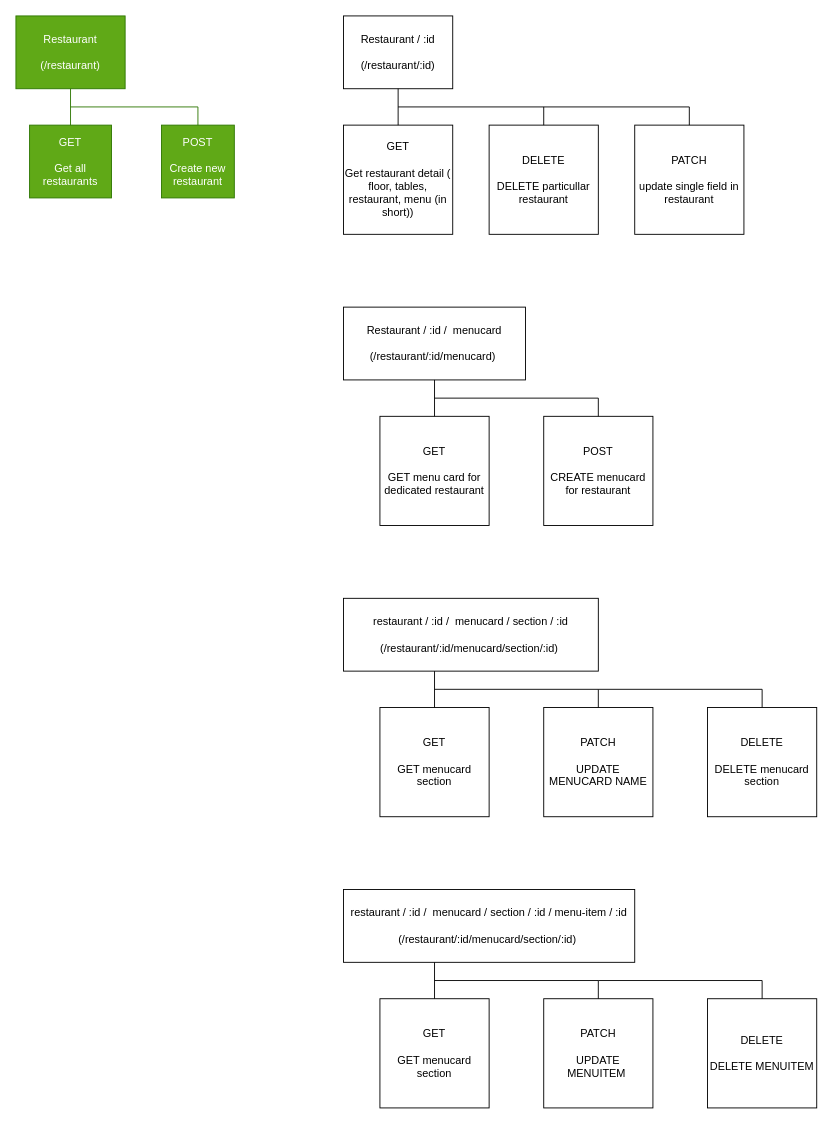
Earlier version of the draw.io diagram page "API-Endpoints" (2 of 2) of docs/Application-Documentation/Application-Documentation-v1.drawio (suyashl13/Menyokard). Source tidied: cells renumbered, new cells numbered last; positions are measured from the earlier drawing's top-left corner, leaving out a move shared by most shapes. Both pictures are drawn from the tidied source at 91%, with x=0, y=0 at pixel (15, 15).
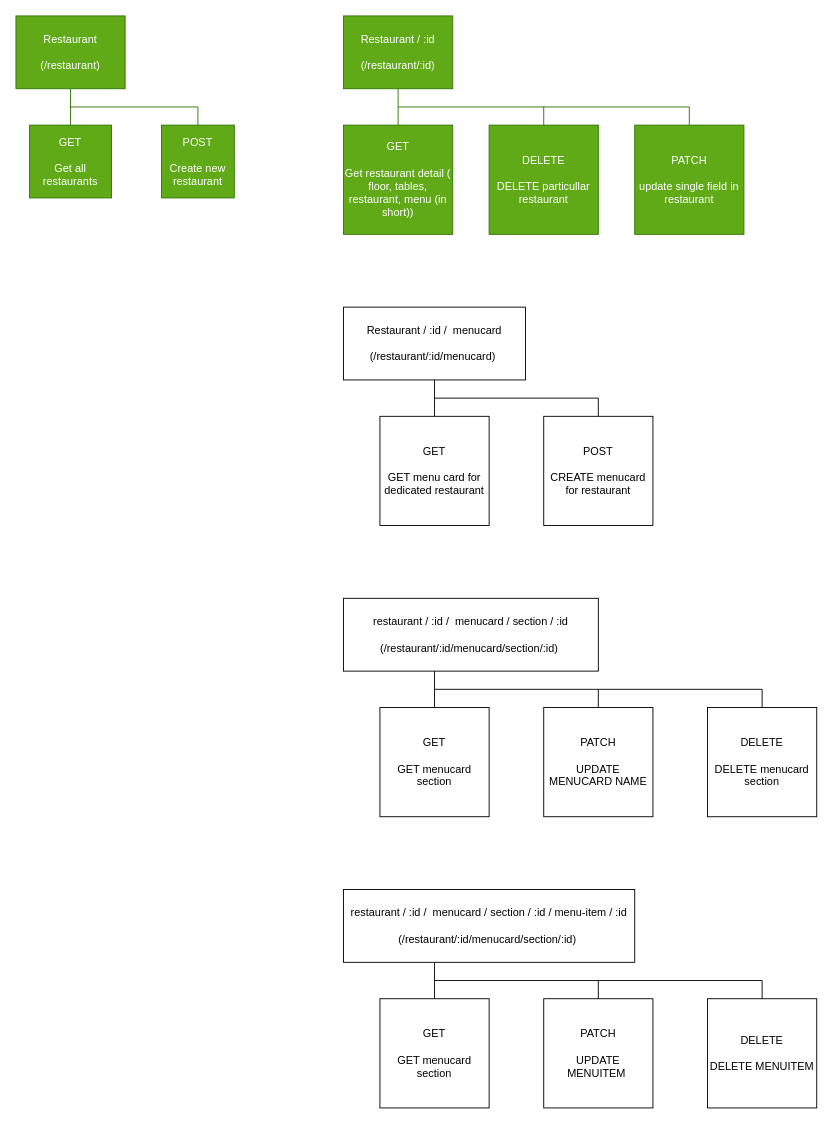
Above is the later version.

Commit message (it also covers changes not shown here):
add: added completed restaurant slug controller

Change to the diagram source:
```diff
@@
-    <mxCell id="8" value="Restaurant / :id&lt;div&gt;&lt;br&gt;&lt;/div&gt;&lt;div&gt;(/restaurant/:id)&lt;/div&gt;" style="rounded=0;whiteSpace=wrap;html=1;" parent="1" vertex="1">
+    <mxCell id="8" value="Restaurant / :id&lt;div&gt;&lt;br&gt;&lt;/div&gt;&lt;div&gt;(/restaurant/:id)&lt;/div&gt;" style="rounded=0;whiteSpace=wrap;html=1;fillColor=#60a917;fontColor=#ffffff;strokeColor=#2D7600;" parent="1" vertex="1">
       <mxGeometry x="360" width="120" height="80" as="geometry" />
     </mxCell>
-    <mxCell id="9" value="&lt;div&gt;&lt;div&gt;DELETE&lt;/div&gt;&lt;/div&gt;&lt;div&gt;&lt;br&gt;&lt;/div&gt;&lt;div&gt;DELETE particullar restaurant&lt;/div&gt;" style="rounded=0;whiteSpace=wrap;html=1;" parent="1" vertex="1">
+    <mxCell id="9" value="&lt;div&gt;&lt;div&gt;DELETE&lt;/div&gt;&lt;/div&gt;&lt;div&gt;&lt;br&gt;&lt;/div&gt;&lt;div&gt;DELETE particullar restaurant&lt;/div&gt;" style="rounded=0;whiteSpace=wrap;html=1;fillColor=#60a917;fontColor=#ffffff;strokeColor=#2D7600;" parent="1" vertex="1">
       <mxGeometry x="520" y="120" width="120" height="120" as="geometry" />
     </mxCell>
-    <mxCell id="10" value="GET&lt;div&gt;&lt;br&gt;&lt;div&gt;Get restaurant detail (&lt;/div&gt;&lt;div&gt;floor, tables, restaurant, menu (in short))&lt;br&gt;&lt;/div&gt;&lt;/div&gt;" style="rounded=0;whiteSpace=wrap;html=1;" parent="1" vertex="1">
+    <mxCell id="10" value="GET&lt;div&gt;&lt;br&gt;&lt;div&gt;Get restaurant detail (&lt;/div&gt;&lt;div&gt;floor, tables, restaurant, menu (in short))&lt;br&gt;&lt;/div&gt;&lt;/div&gt;" style="rounded=0;whiteSpace=wrap;html=1;fillColor=#60a917;fontColor=#ffffff;strokeColor=#2D7600;" parent="1" vertex="1">
       <mxGeometry x="360" y="120" width="120" height="120" as="geometry" />
     </mxCell>
-    <mxCell id="11" style="endArrow=none;html=1;rounded=0;" parent="1" edge="1">
+    <mxCell id="11" style="endArrow=none;html=1;rounded=0;fillColor=#60a917;strokeColor=#2D7600;" parent="1" edge="1">
       <mxGeometry relative="1" as="geometry">
         <mxPoint x="420" y="100" as="sourcePoint" />
         <mxPoint x="740" y="100" as="targetPoint" />
       </mxGeometry>
     </mxCell>
-    <mxCell id="12" style="endArrow=none;html=1;rounded=0;entryX=0.5;entryY=1;entryDx=0;entryDy=0;exitX=0.5;exitY=0;exitDx=0;exitDy=0;" parent="1" edge="1" source="10" target="8">
+    <mxCell id="12" style="endArrow=none;html=1;rounded=0;entryX=0.5;entryY=1;entryDx=0;entryDy=0;exitX=0.5;exitY=0;exitDx=0;exitDy=0;fillColor=#60a917;strokeColor=#2D7600;" parent="1" edge="1" source="10" target="8">
       <mxGeometry relative="1" as="geometry" />
     </mxCell>
-    <mxCell id="13" style="endArrow=none;html=1;rounded=0;exitX=0.5;exitY=0;exitDx=0;exitDy=0;" parent="1" edge="1" source="9">
+    <mxCell id="13" style="endArrow=none;html=1;rounded=0;exitX=0.5;exitY=0;exitDx=0;exitDy=0;fillColor=#60a917;strokeColor=#2D7600;" parent="1" edge="1" source="9">
       <mxGeometry relative="1" as="geometry">
         <mxPoint x="580" y="100" as="targetPoint" />
       </mxGeometry>
     </mxCell>
-    <mxCell id="14" value="&lt;div&gt;&lt;div&gt;PATCH&lt;/div&gt;&lt;/div&gt;&lt;div&gt;&lt;br&gt;&lt;/div&gt;&lt;div&gt;update single field in restaurant&lt;/div&gt;" style="rounded=0;whiteSpace=wrap;html=1;" parent="1" vertex="1">
+    <mxCell id="14" value="&lt;div&gt;&lt;div&gt;PATCH&lt;/div&gt;&lt;/div&gt;&lt;div&gt;&lt;br&gt;&lt;/div&gt;&lt;div&gt;update single field in restaurant&lt;/div&gt;" style="rounded=0;whiteSpace=wrap;html=1;fillColor=#60a917;fontColor=#ffffff;strokeColor=#2D7600;" parent="1" vertex="1">
       <mxGeometry x="680" y="120" width="120" height="120" as="geometry" />
     </mxCell>
-    <mxCell id="15" style="endArrow=none;html=1;rounded=0;exitX=0.5;exitY=0;exitDx=0;exitDy=0;" parent="1" edge="1" source="14">
+    <mxCell id="15" style="endArrow=none;html=1;rounded=0;exitX=0.5;exitY=0;exitDx=0;exitDy=0;fillColor=#60a917;strokeColor=#2D7600;" parent="1" edge="1" source="14">
       <mxGeometry relative="1" as="geometry">
         <mxPoint x="740" y="100" as="targetPoint" />
       </mxGeometry>
     </mxCell>
```
